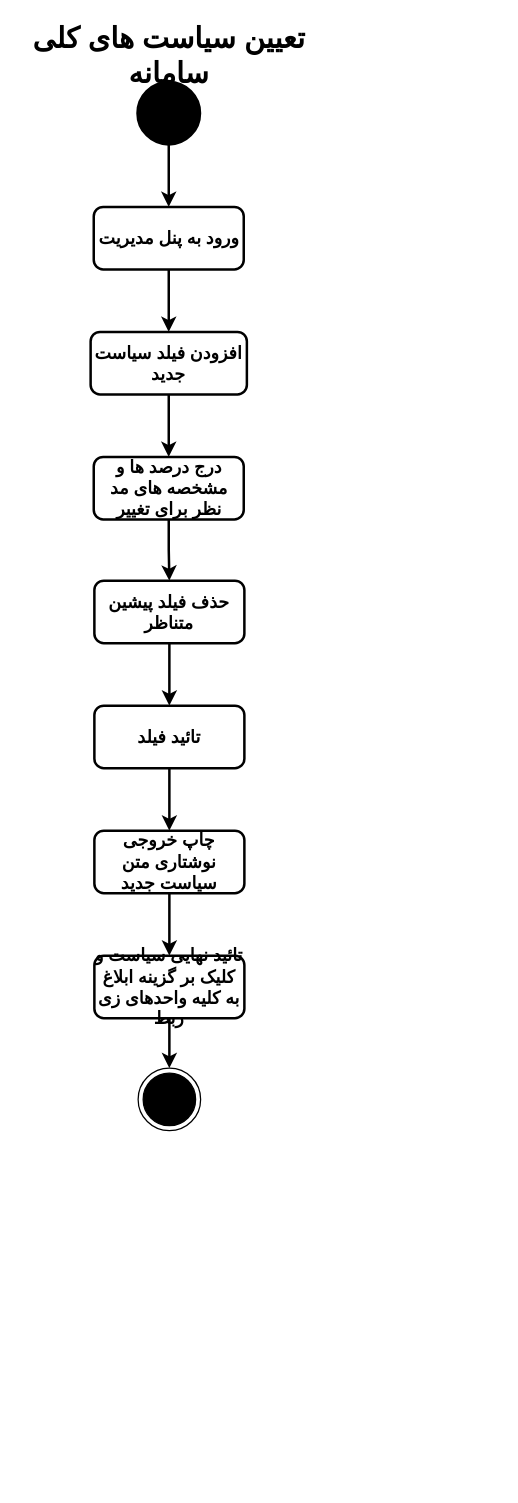
MelvinMo/CarBaMa_Automotive-Sale-Application keeps this draw.io diagram as page "AnalyticalReport" (23 of 23) of ActivityDiagram/MiddleWare_CarBaMaActivityDiagram.drawio. Above is the earlier version. Source tidied: cells renumbered, new cells numbered last; positions are measured from the earlier drawing's top-left corner, leaving out a move shared by most shapes. Both pictures are drawn from the tidied source at 125%, with x=0, y=0 at pixel (21, 42).
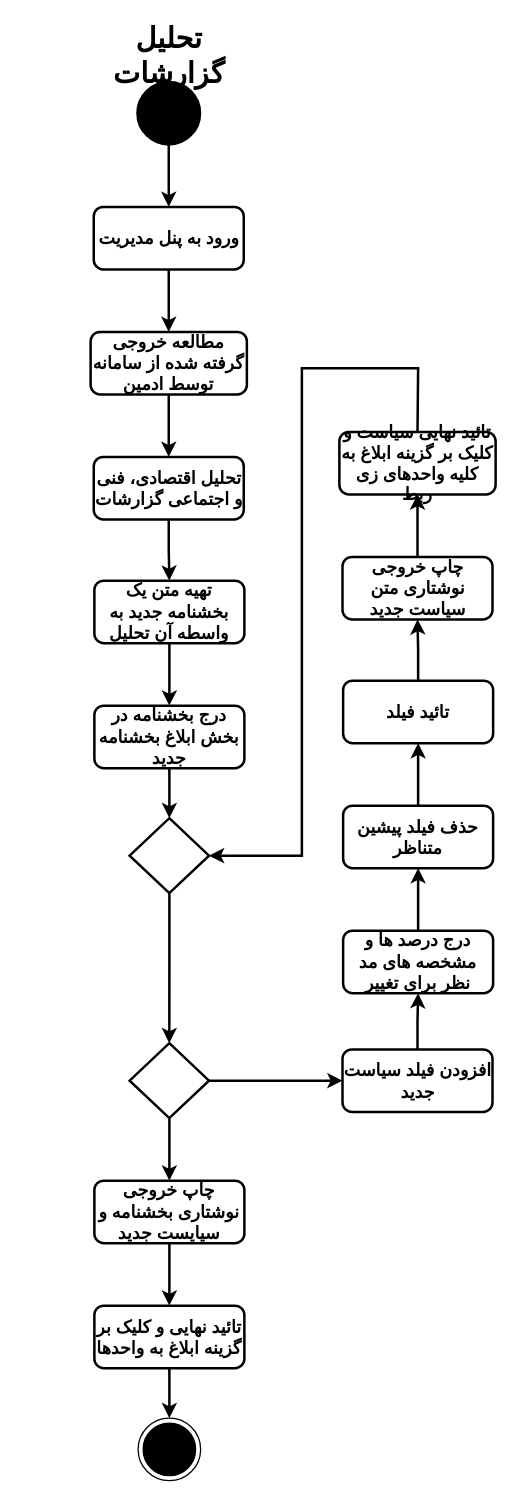
After the change.

Commit message (it also covers changes not shown here):
adding AnalyticalReport to Activity Diagram

What changed in the source:
```diff
@@
-    <mxCell id="5" value="&lt;font&gt;&lt;font style=&quot;font-size: 14px&quot;&gt;&lt;b&gt;افزودن فیلد سیاست جدید&lt;/b&gt;&lt;/font&gt;&lt;br&gt;&lt;/font&gt;" style="rounded=1;whiteSpace=wrap;html=1;strokeColor=#000000;fillColor=#FFFFFF;strokeWidth=2;" parent="1" vertex="1">
+    <mxCell id="5" value="&lt;font&gt;&lt;span style=&quot;font-size: 14px;&quot;&gt;&lt;b&gt;مطالعه خروجی گرفته شده از سامانه توسط ادمین&lt;/b&gt;&lt;/span&gt;&lt;br&gt;&lt;/font&gt;" style="rounded=1;whiteSpace=wrap;html=1;strokeColor=#000000;fillColor=#FFFFFF;strokeWidth=2;" parent="1" vertex="1">
       <mxGeometry x="55" y="231" width="125" height="50" as="geometry" />
     </mxCell>
@@
-    <mxCell id="7" value="&lt;b style=&quot;border-color: var(--border-color); font-size: 14px;&quot;&gt;درج درصد ها و مشخصه های مد نظر برای تغییر&lt;/b&gt;" style="rounded=1;whiteSpace=wrap;html=1;strokeColor=#000000;fillColor=#FFFFFF;strokeWidth=2;" parent="1" vertex="1">
+    <mxCell id="7" value="&lt;b style=&quot;border-color: var(--border-color); font-size: 14px;&quot;&gt;تحلیل اقتصادی، فنی و اجتماعی گزارشات&lt;/b&gt;" style="rounded=1;whiteSpace=wrap;html=1;strokeColor=#000000;fillColor=#FFFFFF;strokeWidth=2;" parent="1" vertex="1">
       <mxGeometry x="57.5" y="331" width="120" height="50" as="geometry" />
     </mxCell>
@@
-    <mxCell id="10" value="&lt;span style=&quot;font-size: 23px;&quot;&gt;&lt;b&gt;تعیین سیاست های کلی سامانه&lt;/b&gt;&lt;/span&gt;" style="text;html=1;strokeColor=none;fillColor=none;align=center;verticalAlign=middle;whiteSpace=wrap;rounded=0;strokeWidth=2;" parent="1" vertex="1">
-      <mxGeometry width="236" height="20" as="geometry" />
+    <mxCell id="10" value="&lt;span style=&quot;font-size: 23px;&quot;&gt;&lt;b&gt;تحلیل گزارشات&lt;/b&gt;&lt;/span&gt;" style="text;html=1;strokeColor=none;fillColor=none;align=center;verticalAlign=middle;whiteSpace=wrap;rounded=0;strokeWidth=2;" parent="1" vertex="1">
+      <mxGeometry x="57" width="122" height="20" as="geometry" />
     </mxCell>
     <mxCell id="11" style="ellipse;html=1;shape=endState;fillColor=#000000;strokeColor=#000000;" parent="1" vertex="1">
-      <mxGeometry x="93" y="820" width="50" height="50" as="geometry" />
+      <mxGeometry x="93" y="1100" width="50" height="50" as="geometry" />
     </mxCell>
@@
-    <mxCell id="13" value="&lt;b style=&quot;border-color: var(--border-color); font-size: 14px;&quot;&gt;حذف فیلد پیشین متناظر&lt;/b&gt;" style="rounded=1;whiteSpace=wrap;html=1;strokeColor=#000000;fillColor=#FFFFFF;strokeWidth=2;" parent="1" vertex="1">
+    <mxCell id="13" value="&lt;b style=&quot;border-color: var(--border-color); font-size: 14px;&quot;&gt;تهیه متن یک بخشنامه جدید به واسطه آن تحلیل&lt;/b&gt;" style="rounded=1;whiteSpace=wrap;html=1;strokeColor=#000000;fillColor=#FFFFFF;strokeWidth=2;" parent="1" vertex="1">
       <mxGeometry x="58" y="430" width="120" height="50" as="geometry" />
     </mxCell>
-    <mxCell id="14" style="edgeStyle=orthogonalEdgeStyle;rounded=0;jettySize=auto;html=1;strokeWidth=2;fontSize=14;" parent="1" edge="1" source="15" target="17">
-      <mxGeometry relative="1" as="geometry" />
-    </mxCell>
+    <mxCell id="20" style="edgeStyle=orthogonalEdgeStyle;rounded=0;jettySize=auto;html=1;strokeWidth=2;fontSize=14;" parent="1" edge="1" source="15" target="25">
+      <mxGeometry relative="1" as="geometry" />
+    </mxCell>
-    <mxCell id="15" value="&lt;b style=&quot;border-color: var(--border-color); font-size: 14px;&quot;&gt;تائید فیلد&lt;/b&gt;" style="rounded=1;whiteSpace=wrap;html=1;strokeColor=#000000;fillColor=#FFFFFF;strokeWidth=2;" parent="1" vertex="1">
+    <mxCell id="15" value="&lt;b style=&quot;border-color: var(--border-color); font-size: 14px;&quot;&gt;درج بخشنامه در بخش ابلاغ بخشنامه جدید&lt;/b&gt;" style="rounded=1;whiteSpace=wrap;html=1;strokeColor=#000000;fillColor=#FFFFFF;strokeWidth=2;align=center;" parent="1" vertex="1">
       <mxGeometry x="58" y="530" width="120" height="50" as="geometry" />
     </mxCell>
@@
-    <mxCell id="17" value="&lt;b style=&quot;border-color: var(--border-color); font-size: 14px;&quot;&gt;چاپ خروجی نوشتاری متن سیاست جدید&lt;/b&gt;" style="rounded=1;whiteSpace=wrap;html=1;strokeColor=#000000;fillColor=#FFFFFF;strokeWidth=2;" parent="1" vertex="1">
-      <mxGeometry x="58" y="630" width="120" height="50" as="geometry" />
+    <mxCell id="17" value="&lt;b style=&quot;border-color: var(--border-color); font-size: 14px;&quot;&gt;چاپ خروجی نوشتاری بخشنامه و سیایست جدید&lt;/b&gt;" style="rounded=1;whiteSpace=wrap;html=1;strokeColor=#000000;fillColor=#FFFFFF;strokeWidth=2;" parent="1" vertex="1">
+      <mxGeometry x="58" y="910" width="120" height="50" as="geometry" />
     </mxCell>
@@
-    <mxCell id="19" value="&lt;b style=&quot;border-color: var(--border-color); font-size: 14px;&quot;&gt;تائید نهایی سیاست و کلیک بر گزینه ابلاغ به کلیه واحدهای زی ربط&lt;/b&gt;" style="rounded=1;whiteSpace=wrap;html=1;strokeColor=#000000;fillColor=#FFFFFF;strokeWidth=2;" parent="1" vertex="1">
-      <mxGeometry x="58" y="730" width="120" height="50" as="geometry" />
+    <mxCell id="19" value="&lt;b style=&quot;border-color: var(--border-color); font-size: 14px;&quot;&gt;تائید نهایی و کلیک بر گزینه ابلاغ به واحدها&lt;/b&gt;" style="rounded=1;whiteSpace=wrap;html=1;strokeColor=#000000;fillColor=#FFFFFF;strokeWidth=2;" parent="1" vertex="1">
+      <mxGeometry x="58" y="1010" width="120" height="50" as="geometry" />
     </mxCell>
+    <mxCell id="21" style="edgeStyle=orthogonalEdgeStyle;rounded=0;jettySize=auto;html=1;strokeWidth=2;fontSize=14;" parent="1" edge="1" source="23" target="36">
+      <mxGeometry relative="1" as="geometry" />
+    </mxCell>
+    <mxCell id="22" style="edgeStyle=orthogonalEdgeStyle;rounded=0;jettySize=auto;html=1;strokeWidth=2;fontSize=14;" parent="1" edge="1" source="23" target="17">
+      <mxGeometry relative="1" as="geometry" />
+    </mxCell>
+    <mxCell id="23" style="strokeWidth=2;html=1;shape=mxgraph.flowchart.decision;whiteSpace=wrap;" parent="1" vertex="1">
+      <mxGeometry x="86.2" y="800" width="63.5" height="60" as="geometry" />
+    </mxCell>
+    <mxCell id="24" style="edgeStyle=orthogonalEdgeStyle;rounded=0;jettySize=auto;html=1;strokeWidth=2;fontSize=14;entryX=0.5;entryY=0;entryDx=0;entryDy=0;entryPerimeter=0;" parent="1" edge="1" source="25" target="23">
+      <mxGeometry relative="1" as="geometry" />
+    </mxCell>
+    <mxCell id="25" style="strokeWidth=2;html=1;shape=mxgraph.flowchart.decision;whiteSpace=wrap;" parent="1" vertex="1">
+      <mxGeometry x="86.2" y="620" width="63.5" height="60" as="geometry" />
+    </mxCell>
+    <mxCell id="26" value="&lt;font&gt;&lt;b style=&quot;border-color: var(--border-color); font-size: 14px;&quot;&gt;تائید نهایی سیاست و کلیک بر گزینه ابلاغ به کلیه واحدهای زی ربط&lt;/b&gt;&lt;br&gt;&lt;/font&gt;" style="rounded=1;whiteSpace=wrap;html=1;strokeColor=#000000;fillColor=#FFFFFF;strokeWidth=2;direction=east;" parent="1" vertex="1">
+      <mxGeometry x="254" y="311" width="125" height="50" as="geometry" />
+    </mxCell>
+    <mxCell id="27" style="edgeStyle=orthogonalEdgeStyle;rounded=0;jettySize=auto;html=1;strokeWidth=2;fontSize=14;" parent="1" edge="1" source="28" target="26">
+      <mxGeometry relative="1" as="geometry" />
+    </mxCell>
+    <mxCell id="28" value="&lt;b style=&quot;border-color: var(--border-color); font-size: 14px;&quot;&gt;چاپ خروجی نوشتاری متن سیاست جدید&lt;/b&gt;" style="rounded=1;whiteSpace=wrap;html=1;strokeColor=#000000;fillColor=#FFFFFF;strokeWidth=2;direction=east;" parent="1" vertex="1">
+      <mxGeometry x="256.5" y="411" width="120" height="50" as="geometry" />
+    </mxCell>
+    <mxCell id="29" style="edgeStyle=orthogonalEdgeStyle;rounded=0;jettySize=auto;html=1;strokeWidth=2;fontSize=14;" parent="1" edge="1" source="30" target="28">
+      <mxGeometry relative="1" as="geometry" />
+    </mxCell>
+    <mxCell id="30" value="&lt;b style=&quot;border-color: var(--border-color); font-size: 14px;&quot;&gt;تائید فیلد&lt;/b&gt;" style="rounded=1;whiteSpace=wrap;html=1;strokeColor=#000000;fillColor=#FFFFFF;strokeWidth=2;direction=east;" parent="1" vertex="1">
+      <mxGeometry x="257" y="510" width="120" height="50" as="geometry" />
+    </mxCell>
+    <mxCell id="31" style="edgeStyle=orthogonalEdgeStyle;rounded=0;jettySize=auto;html=1;strokeWidth=2;fontSize=14;" parent="1" edge="1" source="32" target="30">
+      <mxGeometry relative="1" as="geometry" />
+    </mxCell>
+    <mxCell id="32" value="&lt;b style=&quot;border-color: var(--border-color); font-size: 14px;&quot;&gt;حذف فیلد پیشین متناظر&lt;/b&gt;" style="rounded=1;whiteSpace=wrap;html=1;strokeColor=#000000;fillColor=#FFFFFF;strokeWidth=2;direction=east;" parent="1" vertex="1">
+      <mxGeometry x="257" y="610" width="120" height="50" as="geometry" />
+    </mxCell>
+    <mxCell id="33" style="edgeStyle=orthogonalEdgeStyle;rounded=0;jettySize=auto;html=1;strokeWidth=2;fontSize=14;" parent="1" edge="1" source="34" target="32">
+      <mxGeometry relative="1" as="geometry" />
+    </mxCell>
+    <mxCell id="34" value="&lt;b style=&quot;border-color: var(--border-color); font-size: 14px;&quot;&gt;درج درصد ها و مشخصه های مد نظر برای تغییر&lt;/b&gt;" style="rounded=1;whiteSpace=wrap;html=1;strokeColor=#000000;fillColor=#FFFFFF;strokeWidth=2;direction=east;" parent="1" vertex="1">
+      <mxGeometry x="257" y="710" width="120" height="50" as="geometry" />
+    </mxCell>
+    <mxCell id="35" style="edgeStyle=orthogonalEdgeStyle;rounded=0;jettySize=auto;html=1;strokeWidth=2;fontSize=14;" parent="1" edge="1" source="36" target="34">
+      <mxGeometry relative="1" as="geometry" />
+    </mxCell>
+    <mxCell id="36" value="&lt;b style=&quot;border-color: var(--border-color); font-size: 14px;&quot;&gt;افزودن فیلد سیاست جدید&lt;/b&gt;" style="rounded=1;whiteSpace=wrap;html=1;strokeColor=#000000;fillColor=#FFFFFF;strokeWidth=2;direction=east;" parent="1" vertex="1">
+      <mxGeometry x="256.5" y="805" width="120" height="50" as="geometry" />
+    </mxCell>
+    <mxCell id="37" style="endArrow=classic;html=1;rounded=0;strokeWidth=2;fontSize=14;exitX=0.5;exitY=0;exitDx=0;exitDy=0;entryX=1;entryY=0.5;entryDx=0;entryDy=0;entryPerimeter=0;" parent="1" edge="1" source="26" target="25">
+      <mxGeometry relative="1" as="geometry">
+        <Array as="points">
+          <mxPoint x="317" y="260" />
+          <mxPoint x="224" y="260" />
+          <mxPoint x="224" y="650" />
+        </Array>
+      </mxGeometry>
+    </mxCell>
```
